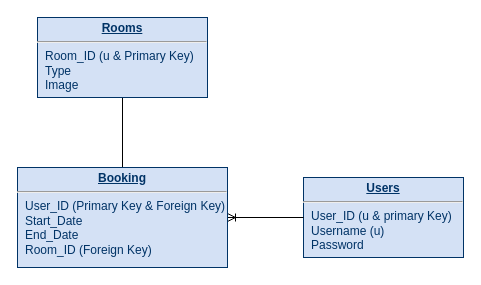
Before: schema.drawio in khksamuel/wdcprac1, a draw.io diagram. Source tidied: cells renumbered, new cells numbered last; positions are measured from the earlier drawing's top-left corner, leaving out a move shared by most shapes. Both pictures are drawn from the tidied source at 100%, with x=0, y=0 at pixel (17, 17).
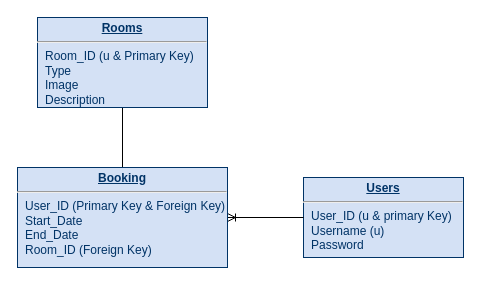
The same page after the edit.

The edit, as a diff of the source:
```diff
@@
 <mxGraphModel>
   <root>
     <mxCell id="0" />
     <mxCell id="1" parent="0" />
     <mxCell id="2" value="&lt;p style=&quot;margin: 0px; margin-top: 4px; text-align: center; text-decoration: underline;&quot;&gt;&lt;strong&gt;Users&lt;/strong&gt;&lt;/p&gt;&lt;hr&gt;&lt;p style=&quot;margin: 0px; margin-left: 8px;&quot;&gt;User_ID (u &amp;amp; primary Key)&lt;/p&gt;&lt;p style=&quot;margin: 0px; margin-left: 8px;&quot;&gt;Username (u)&lt;/p&gt;&lt;p style=&quot;margin: 0px; margin-left: 8px;&quot;&gt;Password&amp;nbsp;&lt;/p&gt;" style="verticalAlign=top;align=left;overflow=fill;fontSize=12;fontFamily=Helvetica;html=1;strokeColor=#003366;shadow=0;fillColor=#D4E1F5;fontColor=#003366;" parent="1" vertex="1">
       <mxGeometry x="286" y="160" width="160" height="80" as="geometry" />
     </mxCell>
     <mxCell id="3" style="edgeStyle=orthogonalEdgeStyle;rounded=0;jettySize=auto;html=1;exitX=0.5;exitY=1;exitDx=0;exitDy=0;entryX=0.5;entryY=0;entryDx=0;entryDy=0;startArrow=none;startFill=0;endArrow=none;endFill=0;" parent="1" edge="1" source="4" target="6">
       <mxGeometry relative="1" as="geometry" />
     </mxCell>
-    <mxCell id="4" value="&lt;p style=&quot;margin: 0px; margin-top: 4px; text-align: center; text-decoration: underline;&quot;&gt;&lt;b&gt;Rooms&lt;/b&gt;&lt;/p&gt;&lt;hr&gt;&lt;p style=&quot;margin: 0px; margin-left: 8px;&quot;&gt;Room_ID (u &amp;amp; Primary Key)&lt;/p&gt;&lt;p style=&quot;margin: 0px; margin-left: 8px;&quot;&gt;Type&lt;/p&gt;&lt;p style=&quot;margin: 0px; margin-left: 8px;&quot;&gt;Image&lt;/p&gt;" style="verticalAlign=top;align=left;overflow=fill;fontSize=12;fontFamily=Helvetica;html=1;strokeColor=#003366;shadow=0;fillColor=#D4E1F5;fontColor=#003366;" parent="1" vertex="1">
-      <mxGeometry x="20" width="170" height="80" as="geometry" />
+    <mxCell id="4" value="&lt;p style=&quot;margin: 0px; margin-top: 4px; text-align: center; text-decoration: underline;&quot;&gt;&lt;b&gt;Rooms&lt;/b&gt;&lt;/p&gt;&lt;hr&gt;&lt;p style=&quot;margin: 0px; margin-left: 8px;&quot;&gt;Room_ID (u &amp;amp; Primary Key)&lt;/p&gt;&lt;p style=&quot;margin: 0px; margin-left: 8px;&quot;&gt;Type&lt;/p&gt;&lt;p style=&quot;margin: 0px; margin-left: 8px;&quot;&gt;Image&lt;/p&gt;&lt;p style=&quot;margin: 0px; margin-left: 8px;&quot;&gt;Description&lt;/p&gt;" style="verticalAlign=top;align=left;overflow=fill;fontSize=12;fontFamily=Helvetica;html=1;strokeColor=#003366;shadow=0;fillColor=#D4E1F5;fontColor=#003366;" parent="1" vertex="1">
+      <mxGeometry x="20" width="170" height="90" as="geometry" />
     </mxCell>
     <mxCell id="5" style="edgeStyle=orthogonalEdgeStyle;rounded=0;jettySize=auto;html=1;exitX=1;exitY=0.5;exitDx=0;exitDy=0;entryX=0;entryY=0.5;entryDx=0;entryDy=0;endArrow=none;endFill=0;startArrow=ERoneToMany;startFill=0;" parent="1" edge="1" source="6" target="2">
       <mxGeometry relative="1" as="geometry" />
     </mxCell>
     <mxCell id="6" value="&lt;p style=&quot;margin: 0px; margin-top: 4px; text-align: center; text-decoration: underline;&quot;&gt;&lt;b&gt;Booking&lt;/b&gt;&lt;/p&gt;&lt;hr&gt;&lt;p style=&quot;margin: 0px; margin-left: 8px;&quot;&gt;User_ID (Primary Key &amp;amp; Foreign Key)&lt;/p&gt;&lt;p style=&quot;margin: 0px; margin-left: 8px;&quot;&gt;Start_Date&amp;nbsp;&lt;/p&gt;&lt;p style=&quot;margin: 0px; margin-left: 8px;&quot;&gt;End_Date&lt;/p&gt;&lt;p style=&quot;margin: 0px; margin-left: 8px;&quot;&gt;Room_ID (Foreign Key)&lt;/p&gt;" style="verticalAlign=top;align=left;overflow=fill;fontSize=12;fontFamily=Helvetica;html=1;strokeColor=#003366;shadow=0;fillColor=#D4E1F5;fontColor=#003366;" parent="1" vertex="1">
       <mxGeometry y="150" width="210" height="100" as="geometry" />
     </mxCell>
   </root>
 </mxGraphModel>
```
